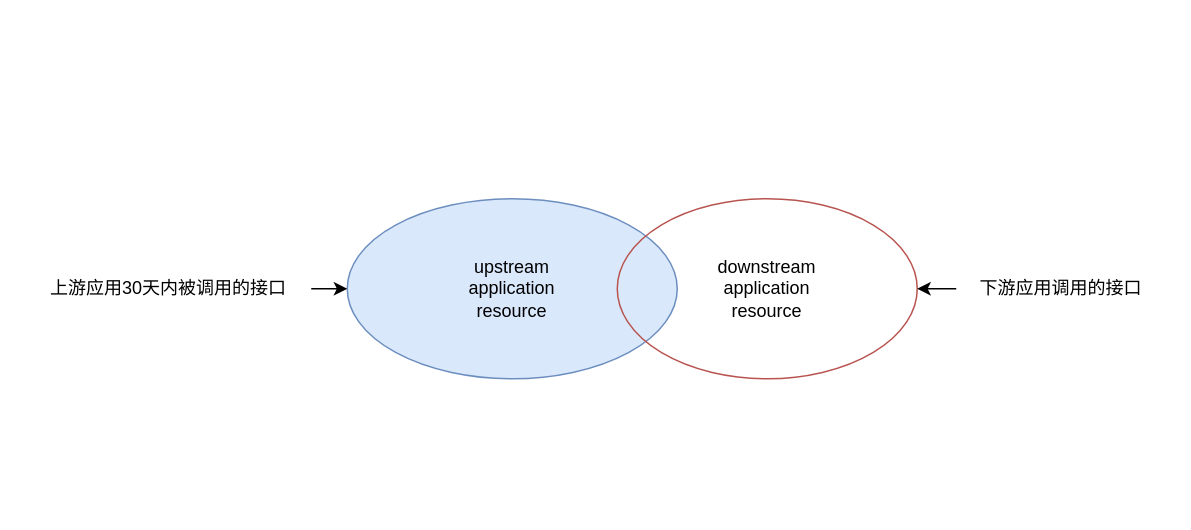
Above: upstream.drawio in wupei-w/diagrams (draw.io), before the change. Source tidied: cells renumbered, new cells numbered last; positions are measured from the earlier drawing's top-left corner, leaving out a move shared by most shapes. Both pictures are drawn from the tidied source at 150%, with x=0, y=0 at pixel (26, 198).
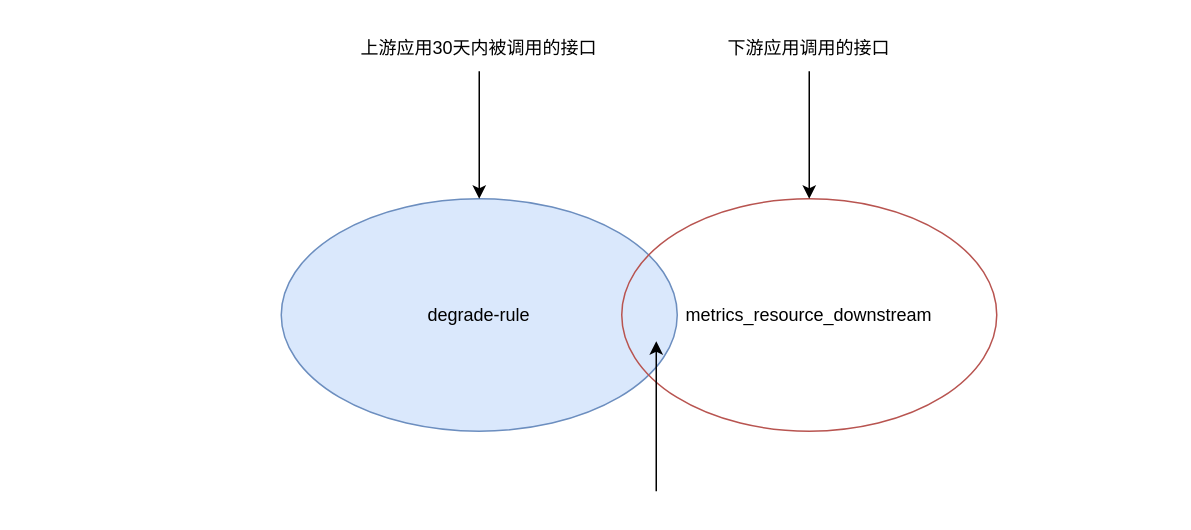
The same page after the edit.

What changed in the source:
```diff
@@
 <mxGraphModel>
   <root>
     <mxCell id="0" />
     <mxCell id="1" parent="0" />
-    <mxCell id="2" value="upstream &lt;br&gt;application&lt;br&gt;resource" style="ellipse;whiteSpace=wrap;html=1;fillColor=#dae8fc;strokeColor=#6c8ebf;flipH=0;flipV=1;" parent="1" vertex="1">
-      <mxGeometry x="214" width="220" height="120" as="geometry" />
+    <mxCell id="2" value="degrade-rule" style="ellipse;whiteSpace=wrap;html=1;fillColor=#dae8fc;strokeColor=#6c8ebf;flipH=0;flipV=1;" parent="1" vertex="1">
+      <mxGeometry x="170" width="264" height="155" as="geometry" />
     </mxCell>
-    <mxCell id="3" value="downstream&lt;br&gt;application&lt;br&gt;resource" style="ellipse;whiteSpace=wrap;html=1;fillColor=none;strokeColor=#b85450;" parent="1" vertex="1">
-      <mxGeometry x="394" width="200" height="120" as="geometry" />
+    <mxCell id="3" value="metrics_resource_downstream" style="ellipse;whiteSpace=wrap;html=1;fillColor=none;strokeColor=#b85450;" parent="1" vertex="1">
+      <mxGeometry x="397" width="250" height="155" as="geometry" />
     </mxCell>
     <mxCell id="4" style="edgeStyle=orthogonalEdgeStyle;rounded=0;jettySize=auto;html=1;" parent="1" edge="1" source="5" target="2">
       <mxGeometry relative="1" as="geometry" />
     </mxCell>
     <mxCell id="5" value="上游应用30天内被调用的接口" style="text;html=1;strokeColor=none;fillColor=none;align=center;verticalAlign=middle;whiteSpace=wrap;rounded=0;" parent="1" vertex="1">
-      <mxGeometry y="45" width="190" height="30" as="geometry" />
+      <mxGeometry x="207" y="-115" width="190" height="30" as="geometry" />
     </mxCell>
     <mxCell id="6" style="edgeStyle=orthogonalEdgeStyle;rounded=0;jettySize=auto;html=1;" parent="1" edge="1" source="7" target="3">
       <mxGeometry relative="1" as="geometry" />
     </mxCell>
     <mxCell id="7" value="下游应用调用的接口" style="text;html=1;strokeColor=none;fillColor=none;align=center;verticalAlign=middle;whiteSpace=wrap;rounded=0;" parent="1" vertex="1">
-      <mxGeometry x="620" y="45" width="140" height="30" as="geometry" />
+      <mxGeometry x="452" y="-115" width="140" height="30" as="geometry" />
     </mxCell>
+    <mxCell id="8" style="endArrow=classic;html=1;rounded=0;" parent="1" edge="1">
+      <mxGeometry relative="1" as="geometry">
+        <mxPoint x="420" y="195" as="sourcePoint" />
+        <mxPoint x="420" y="95" as="targetPoint" />
+      </mxGeometry>
+    </mxCell>
   </root>
 </mxGraphModel>
```
